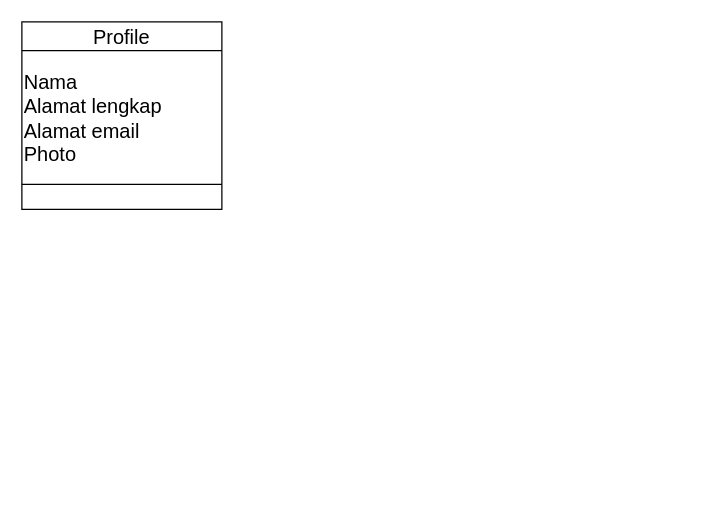
Earlier version of the draw.io diagram Untitled Diagram.drawio (Ignatius-code/MySQL). Source tidied: cells renumbered, new cells numbered last; positions are measured from the earlier drawing's top-left corner, leaving out a move shared by most shapes. Both pictures are drawn from the tidied source at 125%, with x=0, y=0 at pixel (21, 21).
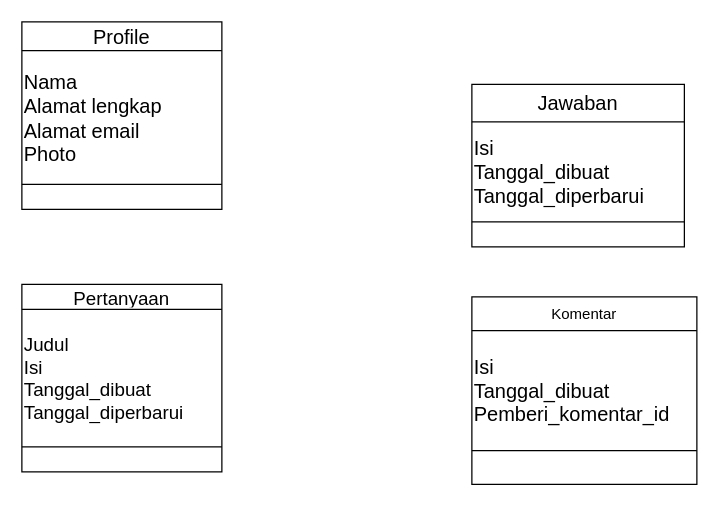
The same page after the edit.

What changed in the source:
```diff
@@
+    <mxCell id="9" style="shape=table;html=1;whiteSpace=wrap;startSize=0;childLayout=tableLayout;fontSize=13;" parent="1" vertex="1">
+      <mxGeometry y="210" width="160" height="150" as="geometry" />
+    </mxCell>
+    <mxCell id="10" style="shape=partialRectangle;html=1;whiteSpace=wrap;fillColor=none;top=0;left=0;bottom=0;right=0;" parent="9" vertex="1">
+      <mxGeometry width="160" height="20" as="geometry" />
+    </mxCell>
+    <mxCell id="11" value="Pertanyaan" style="shape=partialRectangle;html=1;whiteSpace=wrap;overflow=hidden;fillColor=none;top=0;left=0;bottom=0;right=0;fontSize=15;" parent="10" vertex="1">
+      <mxGeometry width="160" height="20" as="geometry" />
+    </mxCell>
+    <mxCell id="12" style="shape=partialRectangle;html=1;whiteSpace=wrap;fillColor=none;top=0;left=0;bottom=0;right=0;" parent="9" vertex="1">
+      <mxGeometry y="20" width="160" height="110" as="geometry" />
+    </mxCell>
+    <mxCell id="13" value="&lt;font style=&quot;font-size: 15px&quot;&gt;Judul&lt;br&gt;Isi&lt;br&gt;Tanggal_dibuat&lt;br&gt;&lt;/font&gt;&lt;div style=&quot;font-size: 15px&quot;&gt;&lt;span&gt;&lt;font style=&quot;font-size: 15px&quot;&gt;Tanggal_diperbarui&lt;/font&gt;&lt;/span&gt;&lt;/div&gt;" style="shape=partialRectangle;html=1;whiteSpace=wrap;overflow=hidden;fillColor=none;top=0;left=0;bottom=0;right=0;fontSize=14;align=left;" parent="12" vertex="1">
+      <mxGeometry width="160" height="110" as="geometry" />
+    </mxCell>
+    <mxCell id="14" style="shape=partialRectangle;html=1;whiteSpace=wrap;fillColor=none;top=0;left=0;bottom=0;right=0;" parent="9" vertex="1">
+      <mxGeometry y="130" width="160" height="20" as="geometry" />
+    </mxCell>
+    <mxCell id="15" style="shape=partialRectangle;html=1;whiteSpace=wrap;overflow=hidden;fillColor=none;top=0;left=0;bottom=0;right=0;" parent="14" vertex="1">
+      <mxGeometry width="160" height="20" as="geometry" />
+    </mxCell>
+    <mxCell id="16" style="shape=table;html=1;whiteSpace=wrap;startSize=0;childLayout=tableLayout;" parent="1" vertex="1">
+      <mxGeometry x="360" y="50" width="170" height="130" as="geometry" />
+    </mxCell>
+    <mxCell id="17" style="shape=partialRectangle;html=1;whiteSpace=wrap;fillColor=none;top=0;left=0;bottom=0;right=0;" parent="16" vertex="1">
+      <mxGeometry width="170" height="30" as="geometry" />
+    </mxCell>
+    <mxCell id="18" value="&lt;font style=&quot;font-size: 16px&quot;&gt;Jawaban&lt;/font&gt;" style="shape=partialRectangle;html=1;whiteSpace=wrap;overflow=hidden;fillColor=none;top=0;left=0;bottom=0;right=0;" parent="17" vertex="1">
+      <mxGeometry width="170" height="30" as="geometry" />
+    </mxCell>
+    <mxCell id="19" style="shape=partialRectangle;html=1;whiteSpace=wrap;fillColor=none;top=0;left=0;bottom=0;right=0;fontSize=16;" parent="16" vertex="1">
+      <mxGeometry y="30" width="170" height="80" as="geometry" />
+    </mxCell>
+    <mxCell id="20" value="&lt;div style=&quot;font-size: 16px&quot;&gt;&lt;font style=&quot;font-size: 16px&quot;&gt;Isi&amp;nbsp;&lt;/font&gt;&lt;/div&gt;&lt;font style=&quot;font-size: 16px&quot;&gt;Tanggal_dibuat&lt;br&gt;&lt;/font&gt;&lt;div style=&quot;font-size: 16px&quot;&gt;&lt;font style=&quot;font-size: 16px&quot;&gt;Tanggal_diperbarui&lt;/font&gt;&lt;/div&gt;" style="shape=partialRectangle;html=1;whiteSpace=wrap;overflow=hidden;fillColor=none;top=0;left=0;bottom=0;right=0;align=left;" parent="19" vertex="1">
+      <mxGeometry width="170" height="80" as="geometry" />
+    </mxCell>
+    <mxCell id="21" style="shape=partialRectangle;html=1;whiteSpace=wrap;fillColor=none;top=0;left=0;bottom=0;right=0;" parent="16" vertex="1">
+      <mxGeometry y="110" width="170" height="20" as="geometry" />
+    </mxCell>
+    <mxCell id="22" style="shape=partialRectangle;html=1;whiteSpace=wrap;overflow=hidden;fillColor=none;top=0;left=0;bottom=0;right=0;" parent="21" vertex="1">
+      <mxGeometry width="170" height="20" as="geometry" />
+    </mxCell>
+    <mxCell id="23" style="shape=table;html=1;whiteSpace=wrap;startSize=0;childLayout=tableLayout;" parent="1" vertex="1">
+      <mxGeometry x="360" y="220" width="180" height="150" as="geometry" />
+    </mxCell>
+    <mxCell id="24" style="shape=partialRectangle;html=1;whiteSpace=wrap;fillColor=none;top=0;left=0;bottom=0;right=0;" parent="23" vertex="1">
+      <mxGeometry width="180" height="27" as="geometry" />
+    </mxCell>
+    <mxCell id="25" value="Komentar" style="shape=partialRectangle;html=1;whiteSpace=wrap;overflow=hidden;fillColor=none;top=0;left=0;bottom=0;right=0;" parent="24" vertex="1">
+      <mxGeometry width="180" height="27" as="geometry" />
+    </mxCell>
+    <mxCell id="26" style="shape=partialRectangle;html=1;whiteSpace=wrap;fillColor=none;top=0;left=0;bottom=0;right=0;fontSize=15;" parent="23" vertex="1">
+      <mxGeometry y="27" width="180" height="96" as="geometry" />
+    </mxCell>
+    <mxCell id="27" value="&lt;font style=&quot;font-size: 16px&quot;&gt;Isi&lt;br&gt;Tanggal_dibuat&lt;br&gt;Pemberi_komentar_id&lt;/font&gt;" style="shape=partialRectangle;html=1;whiteSpace=wrap;overflow=hidden;fillColor=none;top=0;left=0;bottom=0;right=0;align=left;" parent="26" vertex="1">
+      <mxGeometry width="180" height="96" as="geometry" />
+    </mxCell>
+    <mxCell id="28" style="shape=partialRectangle;html=1;whiteSpace=wrap;fillColor=none;top=0;left=0;bottom=0;right=0;" parent="23" vertex="1">
+      <mxGeometry y="123" width="180" height="27" as="geometry" />
+    </mxCell>
+    <mxCell id="29" style="shape=partialRectangle;html=1;whiteSpace=wrap;overflow=hidden;fillColor=none;top=0;left=0;bottom=0;right=0;" parent="28" vertex="1">
+      <mxGeometry width="180" height="27" as="geometry" />
+    </mxCell>
```
